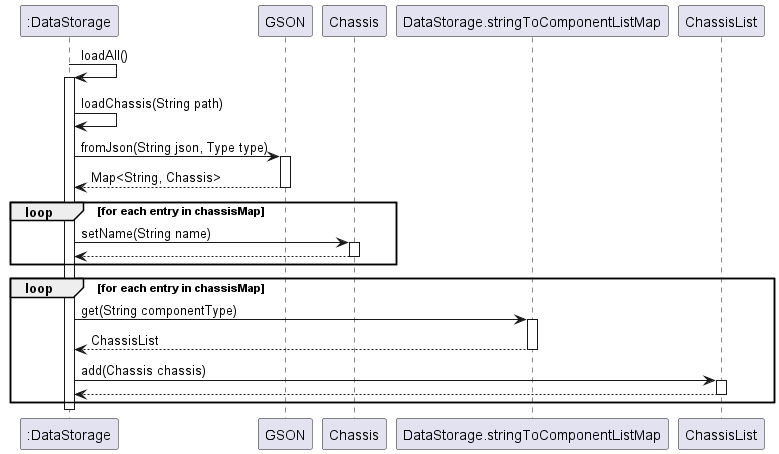
Before: docs/uml-pictures/loadChassisSequential.png, a diagram exported from PlantUML (typingpanda/tp). Source of this version:
```plantuml
@startuml
":DataStorage" -> ":DataStorage" : loadAll()
activate ":DataStorage"
":DataStorage" -> ":DataStorage" : loadChassis(String path)

":DataStorage" -> "GSON" : fromJson(String json, Type type)
activate "GSON"
"GSON" --> ":DataStorage" : Map<String, Chassis>
deactivate "GSON"

loop for each entry in chassisMap
  ":DataStorage" -> "Chassis" : setName(String name)
  activate "Chassis"
  "Chassis" --> ":DataStorage"
  deactivate "Chassis"
end

loop for each entry in chassisMap
  ":DataStorage" -> "DataStorage.stringToComponentListMap" : get(String componentType)
  activate "DataStorage.stringToComponentListMap"
  "DataStorage.stringToComponentListMap" --> ":DataStorage" : ChassisList
  deactivate "DataStorage.stringToComponentListMap"

  ":DataStorage" -> "ChassisList" : add(Chassis chassis)
  activate "ChassisList"
  "ChassisList" --> ":DataStorage"
  deactivate "ChassisList"
end

deactivate ":DataStorage"
@enduml
```
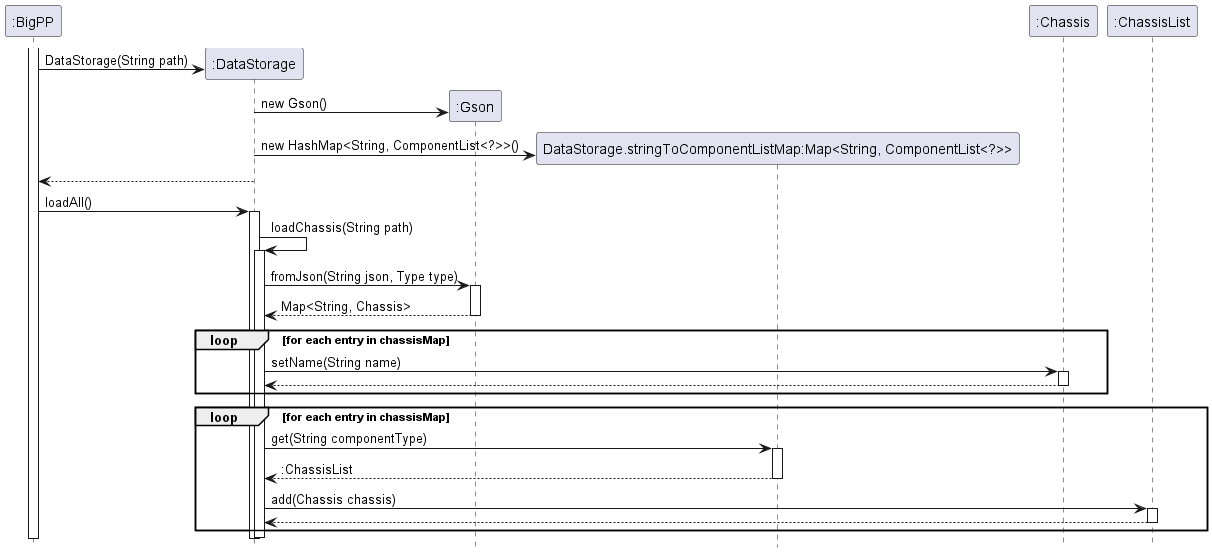
Later version of the same file.

Commit message:
Update loadChassisSequential diagram png

Diff of the diagram source:
```diff
@@ -1,30 +1,46 @@
 @startuml
-":DataStorage" -> ":DataStorage" : loadAll()
+hide footbox
+
+activate ":BigPP"
+create ":DataStorage"
+":BigPP" -> ":DataStorage" : DataStorage(String path)
+
+create ":Gson"
+":DataStorage" -> ":Gson" : new Gson()
+create "DataStorage.stringToComponentListMap:Map<String, ComponentList<?>>"
+":DataStorage" -> "DataStorage.stringToComponentListMap:Map<String, ComponentList<?>>" : new HashMap<String, ComponentList<?>>()
+
+
+":DataStorage" --> ":BigPP"
+
+
+":BigPP" -> ":DataStorage" : loadAll()
 activate ":DataStorage"
 ":DataStorage" -> ":DataStorage" : loadChassis(String path)
+activate ":DataStorage"
 
-":DataStorage" -> "GSON" : fromJson(String json, Type type)
-activate "GSON"
-"GSON" --> ":DataStorage" : Map<String, Chassis>
-deactivate "GSON"
+":DataStorage" -> ":Gson" : fromJson(String json, Type type)
+activate ":Gson"
+":Gson" --> ":DataStorage" : Map<String, Chassis>
+deactivate ":Gson"
 
 loop for each entry in chassisMap
-  ":DataStorage" -> "Chassis" : setName(String name)
-  activate "Chassis"
-  "Chassis" --> ":DataStorage"
-  deactivate "Chassis"
+  ":DataStorage" -> ":Chassis" : setName(String name)
+  activate ":Chassis"
+  ":Chassis" --> ":DataStorage"
+  deactivate ":Chassis"
 end
 
 loop for each entry in chassisMap
-  ":DataStorage" -> "DataStorage.stringToComponentListMap" : get(String componentType)
-  activate "DataStorage.stringToComponentListMap"
-  "DataStorage.stringToComponentListMap" --> ":DataStorage" : ChassisList
-  deactivate "DataStorage.stringToComponentListMap"
+  ":DataStorage" -> "DataStorage.stringToComponentListMap:Map<String, ComponentList<?>>" : get(String componentType)
+  activate "DataStorage.stringToComponentListMap:Map<String, ComponentList<?>>"
+  "DataStorage.stringToComponentListMap:Map<String, ComponentList<?>>" --> ":DataStorage" : :ChassisList
+  deactivate "DataStorage.stringToComponentListMap:Map<String, ComponentList<?>>"
 
-  ":DataStorage" -> "ChassisList" : add(Chassis chassis)
-  activate "ChassisList"
-  "ChassisList" --> ":DataStorage"
-  deactivate "ChassisList"
+  ":DataStorage" -> ":ChassisList" : add(Chassis chassis)
+  activate ":ChassisList"
+  ":ChassisList" --> ":DataStorage"
+  deactivate ":ChassisList"
 end
 
 deactivate ":DataStorage"
```
